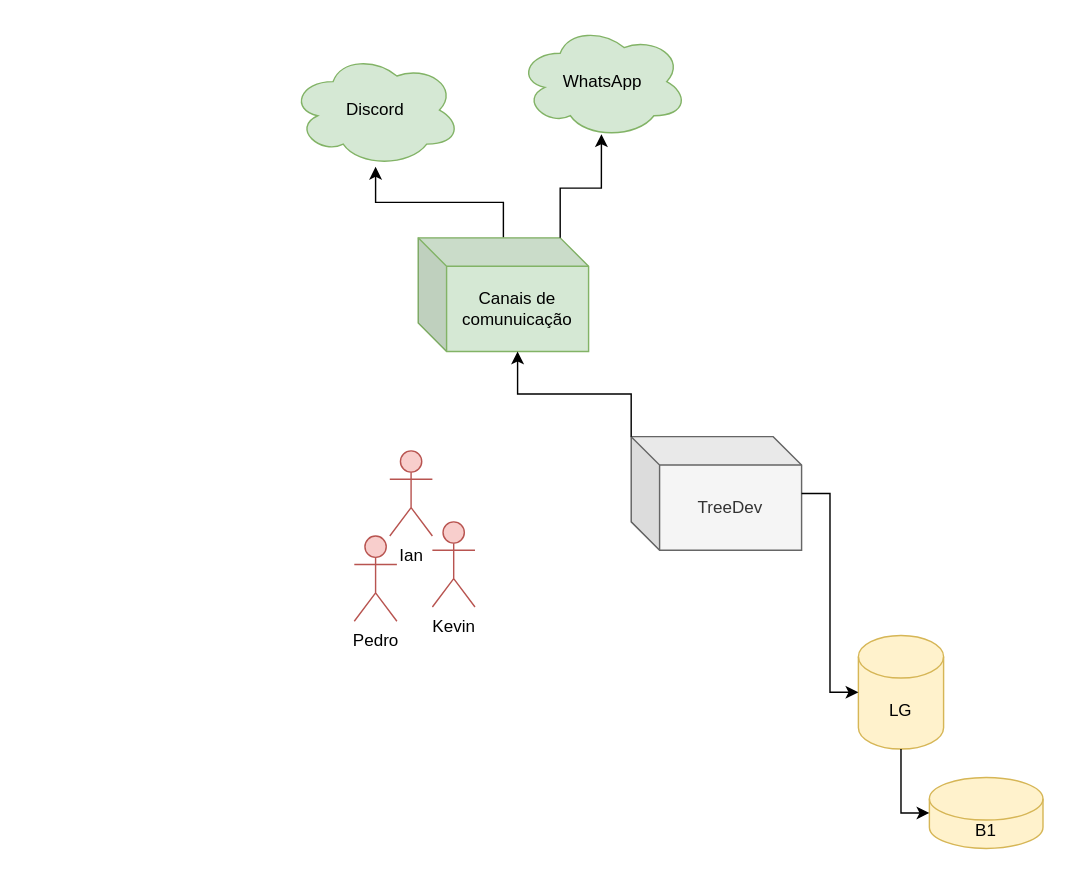
Before: Diagrama sem nome.drawio in Pedro5465/arquiteturatreedev, a draw.io diagram. Source tidied: cells renumbered, new cells numbered last; positions are measured from the earlier drawing's top-left corner, leaving out a move shared by most shapes. Both pictures are drawn from the tidied source at 142%, with x=0, y=0 at pixel (290, 24).
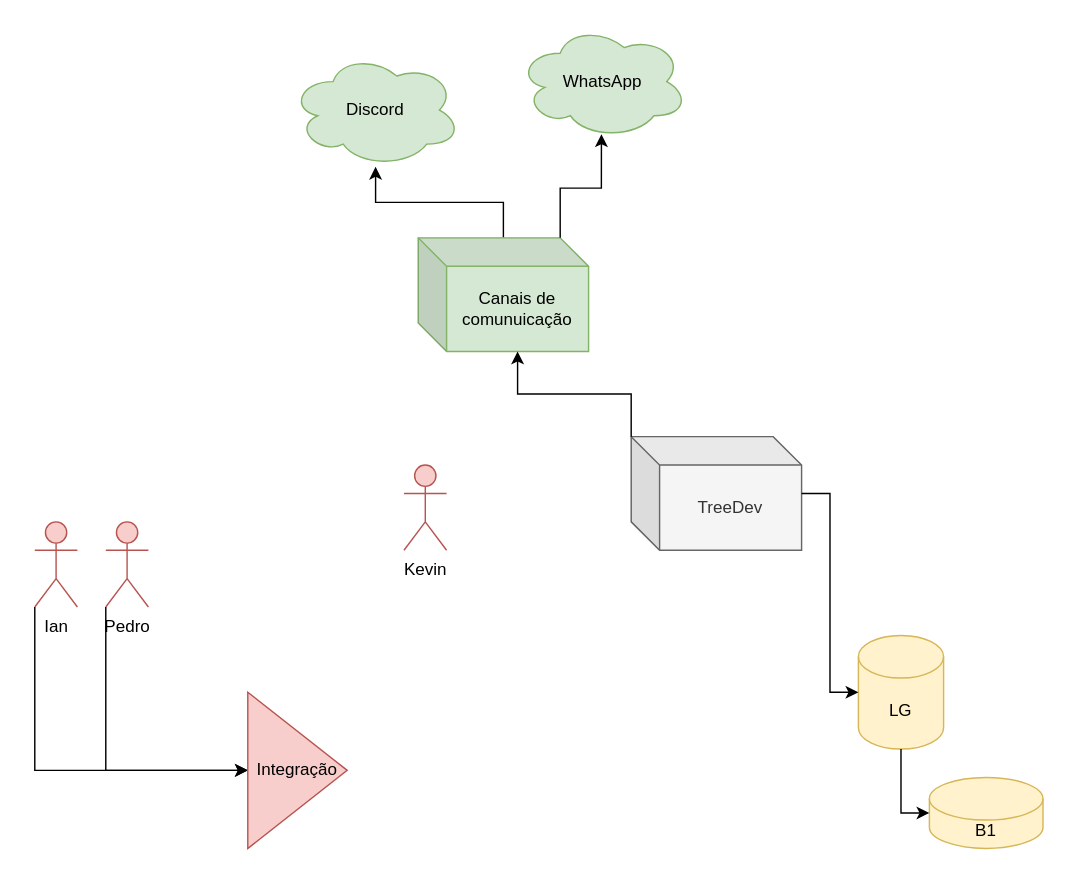
Above is the later version.

What changed in the source:
```diff
@@
 <mxGraphModel>
   <root>
     <mxCell id="0" />
     <mxCell id="1" parent="0" />
     <mxCell id="2" value="TreeDev" style="shape=cube;whiteSpace=wrap;html=1;boundedLbl=1;backgroundOutline=1;darkOpacity=0.05;darkOpacity2=0.1;fillColor=#f5f5f5;strokeColor=#666666;fontColor=#333333;" parent="1" vertex="1">
       <mxGeometry x="240" y="290" width="120" height="80" as="geometry" />
     </mxCell>
     <mxCell id="3" value="LG" style="shape=cylinder3;whiteSpace=wrap;html=1;boundedLbl=1;backgroundOutline=1;size=15;fillColor=#fff2cc;strokeColor=#d6b656;" parent="1" vertex="1">
       <mxGeometry x="400" y="430" width="60" height="80" as="geometry" />
     </mxCell>
     <mxCell id="4" style="edgeStyle=orthogonalEdgeStyle;rounded=0;jettySize=auto;html=1;entryX=0;entryY=0.5;entryDx=0;entryDy=0;entryPerimeter=0;" parent="1" edge="1" source="2" target="3">
       <mxGeometry relative="1" as="geometry" />
     </mxCell>
     <mxCell id="5" value="B1" style="shape=cylinder3;whiteSpace=wrap;html=1;boundedLbl=1;backgroundOutline=1;size=15;fillColor=#fff2cc;strokeColor=#d6b656;" parent="1" vertex="1">
       <mxGeometry x="450" y="530" width="80" height="50" as="geometry" />
     </mxCell>
     <mxCell id="6" style="edgeStyle=orthogonalEdgeStyle;rounded=0;jettySize=auto;html=1;entryX=0;entryY=0.5;entryDx=0;entryDy=0;entryPerimeter=0;" parent="1" edge="1" source="3" target="5">
       <mxGeometry relative="1" as="geometry" />
     </mxCell>
+    <mxCell id="16" style="edgeStyle=orthogonalEdgeStyle;rounded=0;jettySize=auto;html=1;exitX=0;exitY=1;exitDx=0;exitDy=0;exitPerimeter=0;entryX=0;entryY=0.5;entryDx=0;entryDy=0;" parent="1" edge="1" source="7" target="18">
+      <mxGeometry relative="1" as="geometry" />
+    </mxCell>
     <mxCell id="7" value="Ian" style="shape=umlActor;verticalLabelPosition=bottom;verticalAlign=top;html=1;outlineConnect=0;fillColor=#f8cecc;strokeColor=#b85450;" parent="1" vertex="1">
-      <mxGeometry x="70" y="300" width="30" height="60" as="geometry" />
+      <mxGeometry x="-180" y="350" width="30" height="60" as="geometry" />
     </mxCell>
+    <mxCell id="17" style="edgeStyle=orthogonalEdgeStyle;rounded=0;jettySize=auto;html=1;exitX=0;exitY=1;exitDx=0;exitDy=0;exitPerimeter=0;entryX=0;entryY=0.5;entryDx=0;entryDy=0;" parent="1" edge="1" source="8" target="18">
+      <mxGeometry relative="1" as="geometry" />
+    </mxCell>
     <mxCell id="8" value="Pedro" style="shape=umlActor;verticalLabelPosition=bottom;verticalAlign=top;html=1;outlineConnect=0;fillColor=#f8cecc;strokeColor=#b85450;" parent="1" vertex="1">
-      <mxGeometry x="45" y="360" width="30" height="60" as="geometry" />
+      <mxGeometry x="-130" y="350" width="30" height="60" as="geometry" />
     </mxCell>
     <mxCell id="9" value="Kevin" style="shape=umlActor;verticalLabelPosition=bottom;verticalAlign=top;html=1;fillColor=#f8cecc;strokeColor=#b85450;" parent="1" vertex="1">
-      <mxGeometry x="100" y="350" width="30" height="60" as="geometry" />
+      <mxGeometry x="80" y="310" width="30" height="60" as="geometry" />
     </mxCell>
     <mxCell id="10" style="edgeStyle=orthogonalEdgeStyle;rounded=0;jettySize=auto;html=1;" parent="1" edge="1" source="11" target="13">
       <mxGeometry relative="1" as="geometry" />
     </mxCell>
     <mxCell id="11" value="Canais de comunuicação" style="shape=cube;whiteSpace=wrap;html=1;boundedLbl=1;backgroundOutline=1;darkOpacity=0.05;darkOpacity2=0.1;fillColor=#d5e8d4;strokeColor=#82b366;" parent="1" vertex="1">
       <mxGeometry x="90" y="150" width="120" height="80" as="geometry" />
     </mxCell>
     <mxCell id="12" style="edgeStyle=orthogonalEdgeStyle;rounded=0;jettySize=auto;html=1;exitX=0;exitY=0;exitDx=0;exitDy=0;exitPerimeter=0;entryX=0;entryY=0;entryDx=70;entryDy=80;entryPerimeter=0;" parent="1" edge="1" source="2" target="11">
       <mxGeometry relative="1" as="geometry" />
     </mxCell>
     <mxCell id="13" value="Discord" style="ellipse;shape=cloud;whiteSpace=wrap;html=1;fillColor=#d5e8d4;strokeColor=#82b366;" parent="1" vertex="1">
       <mxGeometry y="20" width="120" height="80" as="geometry" />
     </mxCell>
     <mxCell id="14" value="&lt;div&gt;WhatsApp&lt;/div&gt;" style="ellipse;shape=cloud;whiteSpace=wrap;html=1;fillColor=#d5e8d4;strokeColor=#82b366;" parent="1" vertex="1">
       <mxGeometry x="160" width="120" height="80" as="geometry" />
     </mxCell>
     <mxCell id="15" style="edgeStyle=orthogonalEdgeStyle;rounded=0;jettySize=auto;html=1;exitX=0;exitY=0;exitDx=100;exitDy=0;exitPerimeter=0;entryX=0.492;entryY=0.963;entryDx=0;entryDy=0;entryPerimeter=0;" parent="1" edge="1" source="11" target="14">
       <mxGeometry relative="1" as="geometry" />
     </mxCell>
+    <mxCell id="18" value="Integração" style="triangle;whiteSpace=wrap;html=1;fillColor=#f8cecc;strokeColor=#b85450;" parent="1" vertex="1">
+      <mxGeometry x="-30" y="470" width="70" height="110" as="geometry" />
+    </mxCell>
   </root>
 </mxGraphModel>
```
